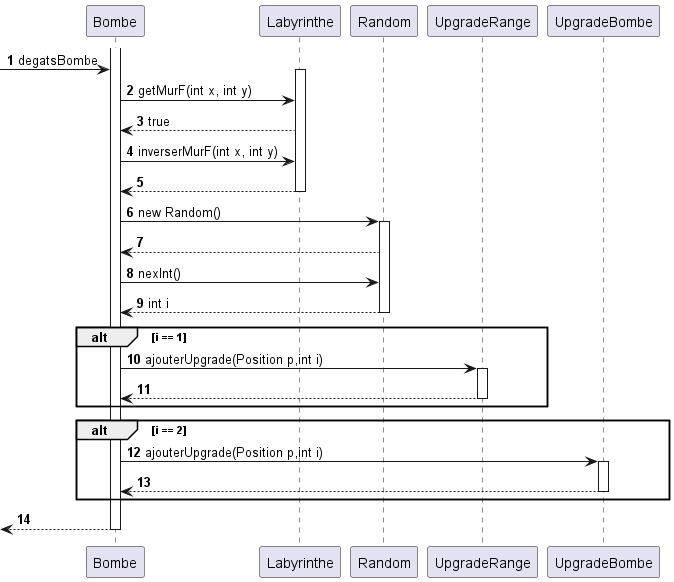
Earlier version of the PlantUML export documents/version_4/MursFriableSequence.png (lucasbcap/2022_Zeldiablo_lucasbcap_ngomesodent_hxsm_Hugoll-1). The source it was exported from:
```plantuml
@startuml

autonumber

activate Bombe
-> Bombe: degatsBombe
activate Labyrinthe
Bombe -> Labyrinthe: getMurF(int x, int y)
Labyrinthe --> Bombe: true
Bombe -> Labyrinthe: inverserMurF(int x, int y)
Labyrinthe --> Bombe
deactivate Labyrinthe
Bombe -> Random : new Random()
activate Random
Random --> Bombe
Bombe -> Random : nexInt()
Random --> Bombe : int i
deactivate Random
alt i == 1
Bombe -> UpgradeRange: ajouterUpgrade(Position p,int i)
activate UpgradeRange
UpgradeRange -->  Bombe
deactivate UpgradeRange
end
alt i == 2
Bombe -> UpgradeBombe: ajouterUpgrade(Position p,int i)
activate UpgradeBombe
UpgradeBombe -->  Bombe
deactivate UpgradeBombe
end
<-- Bombe
deactivate Bombe

@enduml
```
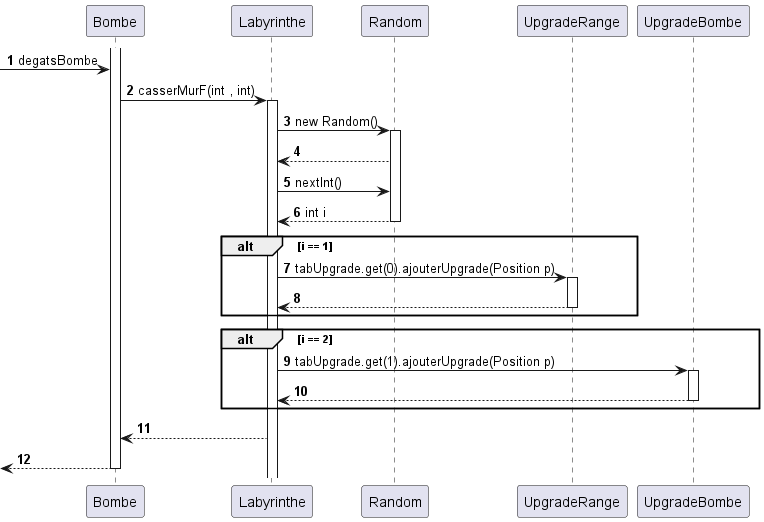
After the commit.

Commit message:
Diagramme de sequence MursFriable + Diagramme de classe + fonctionnalitée des 2 implementations

The edit, as a diff of the source:
```diff
@@ -4,31 +4,29 @@
 
 activate Bombe
 -> Bombe: degatsBombe
+Bombe -> Labyrinthe : casserMurF(int , int)
 activate Labyrinthe
-Bombe -> Labyrinthe: getMurF(int x, int y)
-Labyrinthe --> Bombe: true
-Bombe -> Labyrinthe: inverserMurF(int x, int y)
-Labyrinthe --> Bombe
-deactivate Labyrinthe
-Bombe -> Random : new Random()
+
+
+Labyrinthe -> Random : new Random()
 activate Random
-Random --> Bombe
-Bombe -> Random : nexInt()
-Random --> Bombe : int i
+Random --> Labyrinthe
+Labyrinthe -> Random : nextInt()
+Random --> Labyrinthe : int i
 deactivate Random
 alt i == 1
-Bombe -> UpgradeRange: ajouterUpgrade(Position p,int i)
+Labyrinthe -> UpgradeRange: tabUpgrade.get(0).ajouterUpgrade(Position p)
 activate UpgradeRange
-UpgradeRange -->  Bombe
+UpgradeRange -->  Labyrinthe
 deactivate UpgradeRange
 end
 alt i == 2
-Bombe -> UpgradeBombe: ajouterUpgrade(Position p,int i)
+Labyrinthe -> UpgradeBombe: tabUpgrade.get(1).ajouterUpgrade(Position p)
 activate UpgradeBombe
-UpgradeBombe -->  Bombe
+UpgradeBombe -->  Labyrinthe
 deactivate UpgradeBombe
 end
+Labyrinthe --> Bombe
 <-- Bombe
 deactivate Bombe
-
 @enduml
```
